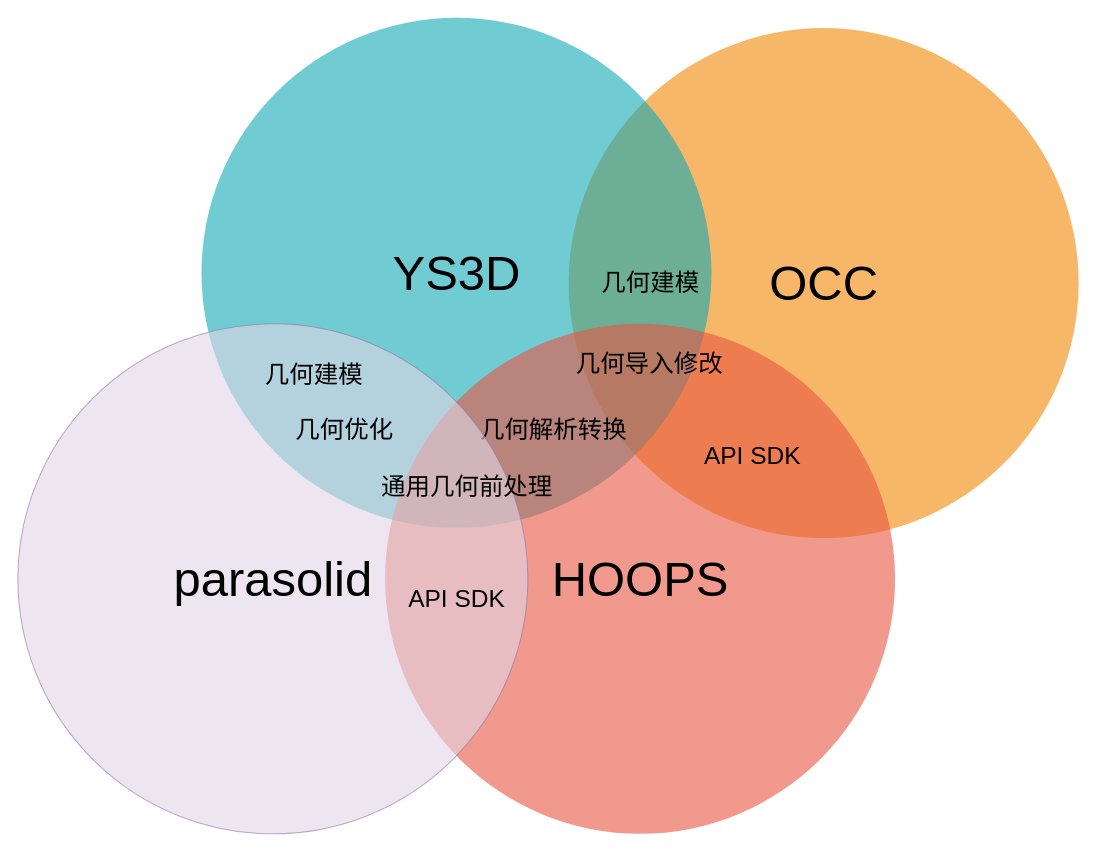
This is 三维组件2025.5.20.drawio from Harekaze-Misakiakeno/uml, a draw.io file, before an edit. Source tidied: cells renumbered, new cells numbered last; positions are measured from the earlier drawing's top-left corner, leaving out a move shared by most shapes. Both pictures are drawn from the tidied source at 102%, with x=0, y=0 at pixel (17, 17).
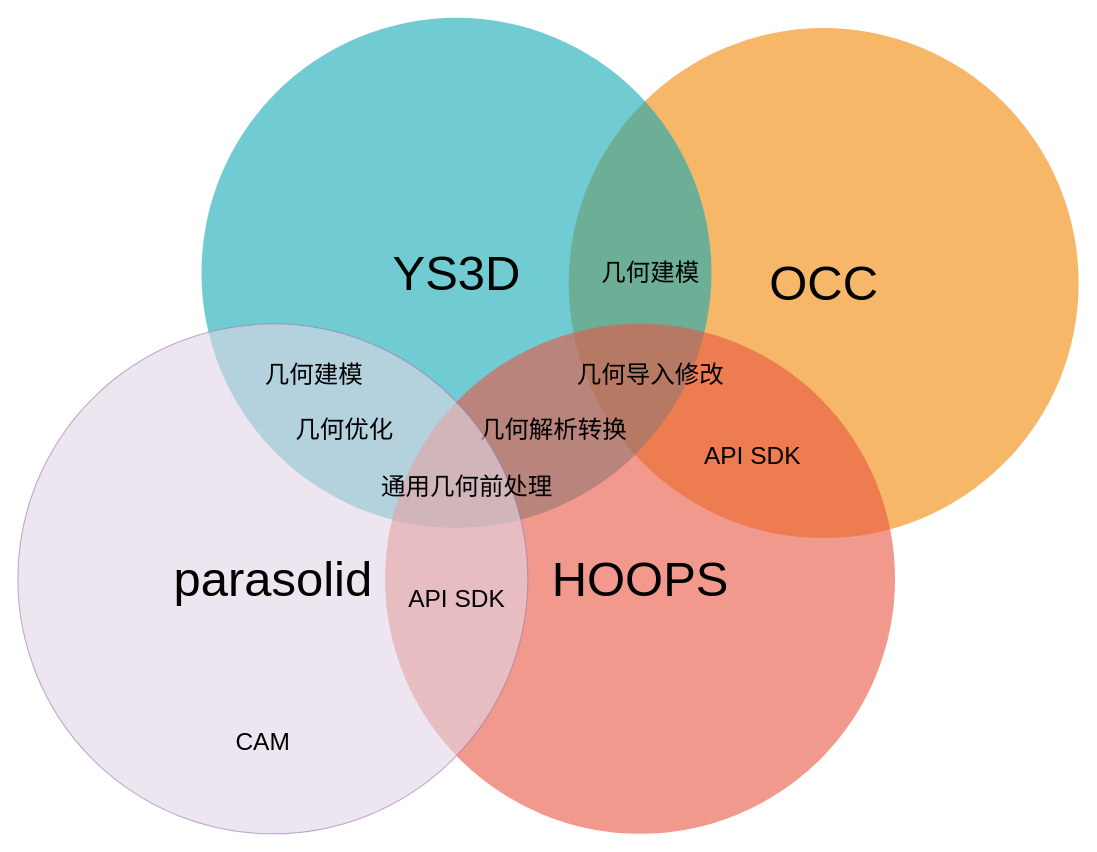
The same page after the edit.

Commit message (it also covers changes not shown here):
更新三维组件2025.5.20.drawio

Change to the diagram source:
```diff
@@
 <mxGraphModel>
   <root>
     <mxCell id="0" />
     <mxCell id="1" parent="0" />
     <mxCell id="2" value="&lt;font style=&quot;font-size: 48px;&quot;&gt;OCC&lt;/font&gt;" style="ellipse;fillColor=#F08705;opacity=60;strokeColor=none;html=1;fontColor=#000000;" parent="1" vertex="1">
       <mxGeometry x="540" y="10" width="500" height="500" as="geometry" />
     </mxCell>
     <mxCell id="3" value="&lt;font style=&quot;font-size: 48px;&quot;&gt;YS3D&lt;/font&gt;" style="ellipse;fillColor=#12AAB5;opacity=60;strokeColor=none;html=1;fontColor=#000000;" parent="1" vertex="1">
       <mxGeometry x="180" width="500" height="500" as="geometry" />
     </mxCell>
     <mxCell id="4" value="&lt;font style=&quot;font-size: 48px;&quot;&gt;HOOPS&lt;/font&gt;" style="ellipse;fillColor=#e85642;opacity=60;strokeColor=none;html=1;fontColor=#000000;" parent="1" vertex="1">
       <mxGeometry x="360" y="300" width="500" height="500" as="geometry" />
     </mxCell>
     <mxCell id="5" value="&lt;font style=&quot;font-size: 24px;&quot;&gt;几何解析转换&lt;/font&gt;" style="text;html=1;align=center;verticalAlign=middle;strokeColor=none;fillColor=none;fontColor=#000000;" parent="1" vertex="1">
       <mxGeometry x="440" y="384" width="170" height="40" as="geometry" />
     </mxCell>
     <mxCell id="6" value="&lt;font style=&quot;font-size: 48px;&quot;&gt;parasolid&lt;/font&gt;" style="ellipse;fillColor=#e1d5e7;opacity=60;strokeColor=#9673a6;html=1;fontColor=#000000;" parent="1" vertex="1">
       <mxGeometry y="300" width="500" height="500" as="geometry" />
     </mxCell>
     <mxCell id="7" value="&lt;span style=&quot;font-size: 24px;&quot;&gt;几何建模&lt;/span&gt;" style="text;html=1;align=center;verticalAlign=middle;strokeColor=none;fillColor=none;fontColor=#000000;" parent="1" vertex="1">
       <mxGeometry x="230" y="330" width="120" height="40" as="geometry" />
     </mxCell>
     <mxCell id="8" value="&lt;span style=&quot;font-size: 24px;&quot;&gt;几何建模&lt;/span&gt;" style="text;html=1;align=center;verticalAlign=middle;strokeColor=none;fillColor=none;fontColor=#000000;" parent="1" vertex="1">
-      <mxGeometry x="560" y="240" width="120" height="40" as="geometry" />
+      <mxGeometry x="560" y="230" width="120" height="40" as="geometry" />
     </mxCell>
     <mxCell id="9" value="&lt;span style=&quot;font-size: 24px;&quot;&gt;几何优化&lt;/span&gt;" style="text;html=1;align=center;verticalAlign=middle;strokeColor=none;fillColor=none;fontColor=#000000;" parent="1" vertex="1">
       <mxGeometry x="260" y="384" width="120" height="40" as="geometry" />
     </mxCell>
     <mxCell id="10" value="&lt;span style=&quot;font-size: 24px;&quot;&gt;通用几何前处理&lt;/span&gt;" style="text;html=1;align=center;verticalAlign=middle;strokeColor=none;fillColor=none;fontColor=#000000;" parent="1" vertex="1">
       <mxGeometry x="345" y="440" width="190" height="40" as="geometry" />
     </mxCell>
     <mxCell id="11" value="&lt;font style=&quot;font-size: 24px;&quot;&gt;几何导入修改&lt;/font&gt;" style="text;html=1;align=center;verticalAlign=middle;strokeColor=none;fillColor=none;fontColor=#000000;" parent="1" vertex="1">
-      <mxGeometry x="534" y="320" width="170" height="40" as="geometry" />
+      <mxGeometry x="535" y="330" width="170" height="40" as="geometry" />
     </mxCell>
     <mxCell id="12" value="&lt;span style=&quot;font-size: 24px;&quot;&gt;API&amp;nbsp;SDK&lt;/span&gt;" style="text;html=1;align=center;verticalAlign=middle;strokeColor=none;fillColor=none;fontColor=#000000;" parent="1" vertex="1">
       <mxGeometry x="370" y="550" width="120" height="40" as="geometry" />
     </mxCell>
     <mxCell id="13" value="&lt;span style=&quot;font-size: 24px;&quot;&gt;API&amp;nbsp;SDK&lt;/span&gt;" style="text;html=1;align=center;verticalAlign=middle;strokeColor=none;fillColor=none;fontColor=#000000;" parent="1" vertex="1">
       <mxGeometry x="660" y="410" width="120" height="40" as="geometry" />
     </mxCell>
+    <mxCell id="14" value="&lt;span style=&quot;font-size: 24px;&quot;&gt;CAM&lt;/span&gt;" style="text;html=1;align=center;verticalAlign=middle;strokeColor=none;fillColor=none;fontColor=#000000;" parent="1" vertex="1">
+      <mxGeometry x="200" y="690" width="80" height="40" as="geometry" />
+    </mxCell>
   </root>
 </mxGraphModel>
```
